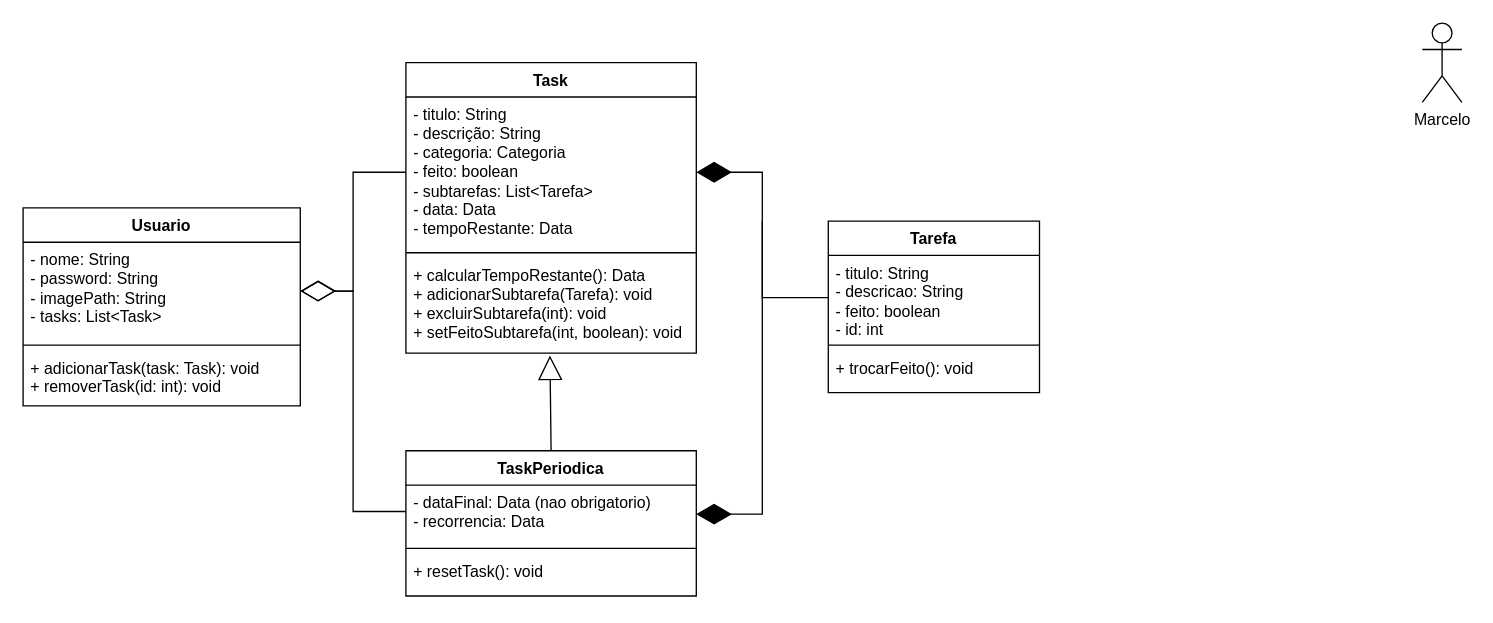
Before: Diagrama UML - TaskIt.drawio in yaesetti/task-it, a draw.io diagram. Source tidied: cells renumbered, new cells numbered last; positions are measured from the earlier drawing's top-left corner, leaving out a move shared by most shapes. Both pictures are drawn from the tidied source at 132%, with x=0, y=0 at pixel (22, 22).
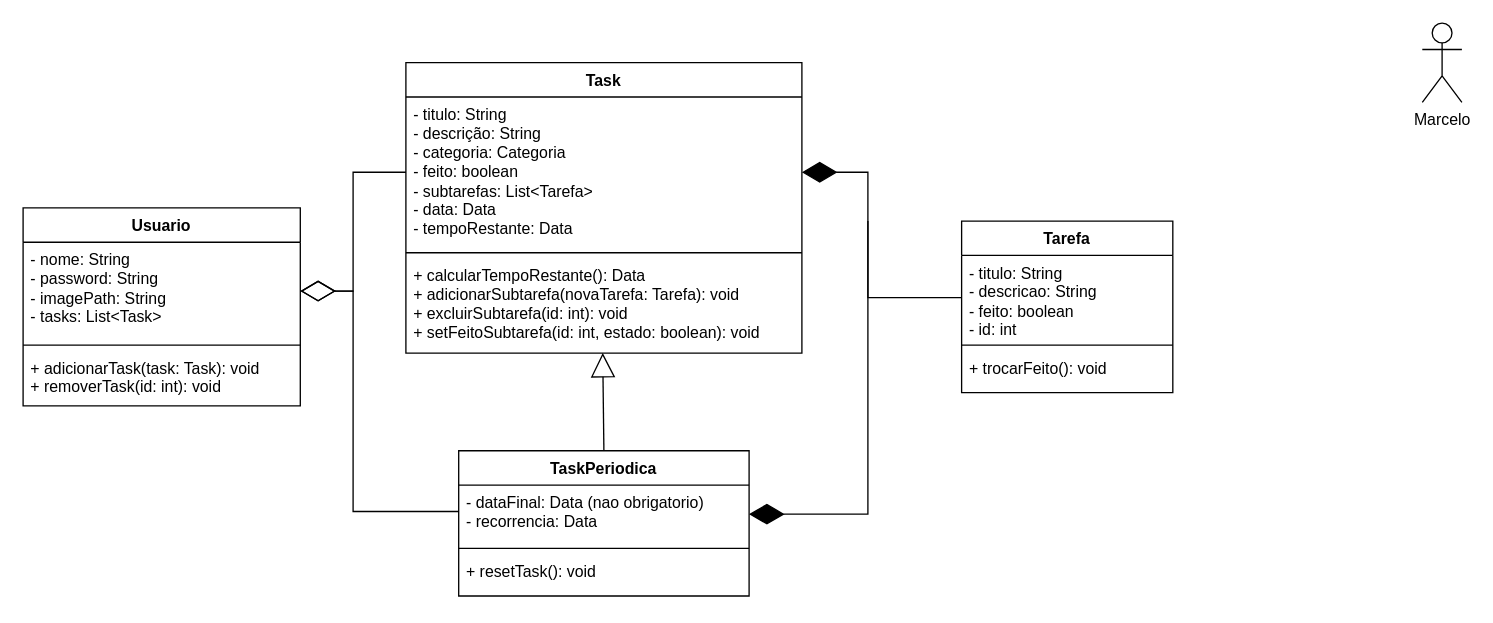
The same page after the edit.

Commit message:
Arrumando algumas formatações

Unchanged cells that the change refers to:
```xml
<mxCell id="7" value="- titulo: String&lt;div&gt;- descricao: String&lt;/div&gt;&lt;div&gt;- feito: boolean&lt;/div&gt;&lt;div&gt;- id: int&lt;/div&gt;" style="text;strokeColor=none;fillColor=none;align=left;verticalAlign=top;spacingLeft=4;spacingRight=4;overflow=hidden;points=[[0,0.5],[1,0.5]];portConstraint=eastwest;whiteSpace=wrap;html=1;" parent="6" vertex="1">
  <mxGeometry y="26" width="160" height="64" as="geometry" />
</mxCell>
<mxCell id="11" value="&lt;div&gt;&lt;span style=&quot;background-color: transparent; color: light-dark(rgb(0, 0, 0), rgb(255, 255, 255));&quot;&gt;- dataFinal: Data (nao obrigatorio)&lt;/span&gt;&lt;/div&gt;&lt;div&gt;&lt;span style=&quot;background-color: transparent; color: light-dark(rgb(0, 0, 0), rgb(255, 255, 255));&quot;&gt;- recorrencia: Data&lt;/span&gt;&lt;/div&gt;" style="text;strokeColor=none;fillColor=none;align=left;verticalAlign=top;spacingLeft=4;spacingRight=4;overflow=hidden;points=[[0,0.5],[1,0.5]];portConstraint=eastwest;whiteSpace=wrap;html=1;" parent="10" vertex="1">
  <mxGeometry y="26" width="220" height="44" as="geometry" />
</mxCell>
```

Change to the diagram source:
```diff
@@
     <mxCell id="2" value="Task" style="swimlane;fontStyle=1;align=center;verticalAlign=top;horizontal=1;startSize=26;whiteSpace=wrap;html=1;" parent="1" vertex="1">
-      <mxGeometry x="290" y="30" width="220" height="220" as="geometry" />
+      <mxGeometry x="290" y="30" width="300" height="220" as="geometry" />
     </mxCell>
     <mxCell id="3" value="- titulo: String&lt;div&gt;- descrição: String&lt;/div&gt;&lt;div&gt;- categoria: Categoria&lt;/div&gt;&lt;div&gt;- feito: boolean&lt;/div&gt;&lt;div&gt;- subtarefas: List&amp;lt;Tarefa&amp;gt;&lt;/div&gt;&lt;div&gt;- data: Data&lt;/div&gt;&lt;div&gt;- tempoRestante: Data&lt;/div&gt;" style="text;strokeColor=none;fillColor=none;align=left;verticalAlign=top;spacingLeft=4;spacingRight=4;overflow=hidden;points=[[0,0.5],[1,0.5]];portConstraint=eastwest;whiteSpace=wrap;html=1;" parent="2" vertex="1">
-      <mxGeometry y="26" width="220" height="114" as="geometry" />
+      <mxGeometry y="26" width="300" height="114" as="geometry" />
     </mxCell>
     <mxCell id="4" style="line;strokeWidth=1;fillColor=none;align=left;verticalAlign=middle;spacingTop=-1;spacingLeft=3;spacingRight=3;labelPosition=right;strokeColor=inherit;" parent="2" vertex="1">
-      <mxGeometry y="140" width="220" height="8" as="geometry" />
+      <mxGeometry y="140" width="300" height="8" as="geometry" />
     </mxCell>
-    <mxCell id="5" value="&lt;div&gt;+ calcularTempoRestante(): Data&lt;/div&gt;&lt;div&gt;+ adicionarSubtarefa(Tarefa): void&lt;/div&gt;&lt;div&gt;+ excluirSubtarefa(int): void&lt;/div&gt;&lt;div&gt;+ setFeitoSubtarefa(int, boolean): void&lt;/div&gt;" style="text;strokeColor=none;fillColor=none;align=left;verticalAlign=top;spacingLeft=4;spacingRight=4;overflow=hidden;points=[[0,0.5],[1,0.5]];portConstraint=eastwest;whiteSpace=wrap;html=1;" parent="2" vertex="1">
-      <mxGeometry y="148" width="220" height="72" as="geometry" />
+    <mxCell id="5" value="&lt;div&gt;+ calcularTempoRestante(): Data&lt;/div&gt;&lt;div&gt;+ adicionarSubtarefa(novaTarefa: Tarefa): void&lt;/div&gt;&lt;div&gt;+ excluirSubtarefa(id: int): void&lt;/div&gt;&lt;div&gt;+ setFeitoSubtarefa(id: int, estado: boolean): void&lt;/div&gt;" style="text;strokeColor=none;fillColor=none;align=left;verticalAlign=top;spacingLeft=4;spacingRight=4;overflow=hidden;points=[[0,0.5],[1,0.5]];portConstraint=eastwest;whiteSpace=wrap;html=1;" parent="2" vertex="1">
+      <mxGeometry y="148" width="300" height="72" as="geometry" />
     </mxCell>
     <mxCell id="6" value="Tarefa" style="swimlane;fontStyle=1;align=center;verticalAlign=top;horizontal=1;startSize=26;whiteSpace=wrap;html=1;" parent="1" vertex="1">
-      <mxGeometry x="610" y="150" width="160" height="130" as="geometry" />
+      <mxGeometry x="711" y="150" width="160" height="130" as="geometry" />
     </mxCell>
@@
     <mxCell id="10" value="TaskPeriodica" style="swimlane;fontStyle=1;align=center;verticalAlign=top;horizontal=1;startSize=26;whiteSpace=wrap;html=1;" parent="1" vertex="1">
-      <mxGeometry x="290" y="324" width="220" height="110" as="geometry" />
+      <mxGeometry x="330" y="324" width="220" height="110" as="geometry" />
     </mxCell>
@@
-    <mxCell id="15" style="endArrow=diamondThin;endFill=1;endSize=24;html=1;rounded=0;entryX=1;entryY=0.5;entryDx=0;entryDy=0;exitX=0;exitY=0.5;exitDx=0;exitDy=0;strokeColor=default;" parent="1" edge="1" source="7" target="3">
+    <mxCell id="15" style="endArrow=diamondThin;endFill=1;endSize=24;html=1;rounded=0;entryX=1;entryY=0.5;entryDx=0;entryDy=0;strokeColor=default;exitX=0;exitY=0.5;exitDx=0;exitDy=0;" parent="1" edge="1" source="7">
       <mxGeometry relative="1" as="geometry">
+        <mxPoint x="590" y="113" as="targetPoint" />
         <Array as="points">
-          <mxPoint x="560" y="208" />
-          <mxPoint x="560" y="160" />
-          <mxPoint x="560" y="113" />
+          <mxPoint x="640" y="208" />
+          <mxPoint x="640" y="160" />
+          <mxPoint x="640" y="113" />
         </Array>
       </mxGeometry>
     </mxCell>
     <mxCell id="16" style="endArrow=diamondThin;endFill=1;endSize=24;html=1;rounded=0;entryX=1;entryY=0.5;entryDx=0;entryDy=0;" parent="1" edge="1" target="11">
       <mxGeometry relative="1" as="geometry">
-        <mxPoint x="560" y="150" as="sourcePoint" />
+        <mxPoint x="640" y="150" as="sourcePoint" />
         <Array as="points">
-          <mxPoint x="560" y="210" />
-          <mxPoint x="560" y="372" />
+          <mxPoint x="640" y="210" />
+          <mxPoint x="640" y="372" />
         </Array>
       </mxGeometry>
     </mxCell>
@@
-    <mxCell id="21" style="endArrow=block;endSize=16;endFill=0;html=1;rounded=0;exitX=0.5;exitY=0;exitDx=0;exitDy=0;entryX=0.496;entryY=1.026;entryDx=0;entryDy=0;entryPerimeter=0;" parent="1" edge="1" source="10" target="5">
+    <mxCell id="21" style="endArrow=block;endSize=16;endFill=0;html=1;rounded=0;exitX=0.5;exitY=0;exitDx=0;exitDy=0;entryX=0.497;entryY=0.998;entryDx=0;entryDy=0;entryPerimeter=0;" parent="1" edge="1" source="10" target="5">
       <mxGeometry relative="1" as="geometry" />
     </mxCell>
@@
     <mxCell id="23" style="endArrow=diamondThin;endFill=0;endSize=24;html=1;rounded=0;" parent="1" edge="1">
       <mxGeometry relative="1" as="geometry">
         <mxPoint x="290" y="370" as="sourcePoint" />
         <mxPoint x="210" y="203" as="targetPoint" />
         <Array as="points">
-          <mxPoint x="290" y="370" />
+          <mxPoint x="330" y="370" />
           <mxPoint x="250" y="370" />
           <mxPoint x="250" y="203" />
         </Array>
       </mxGeometry>
     </mxCell>
```
